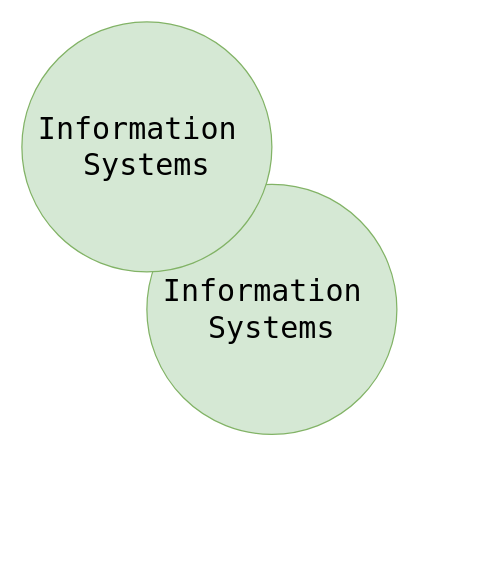
Simasco/diagram keeps this draw.io diagram as information System Diagram.drawio. Above is the earlier version. Source tidied: cells renumbered, new cells numbered last; positions are measured from the earlier drawing's top-left corner, leaving out a move shared by most shapes. Both pictures are drawn from the tidied source at 125%, with x=0, y=0 at pixel (21, 21).
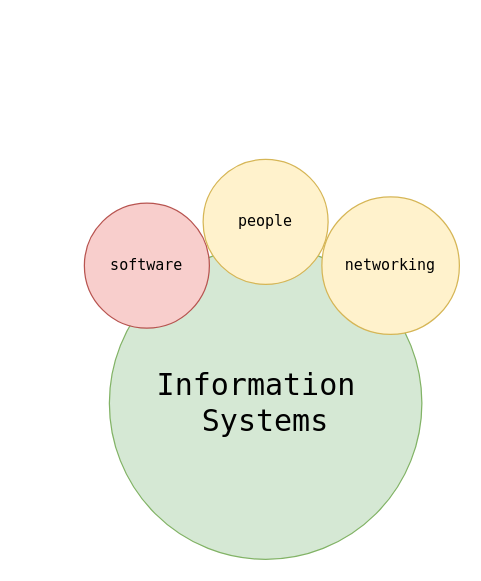
After the change.

Diff of the diagram source:
```diff
@@
 <mxGraphModel>
   <root>
     <mxCell id="0" />
     <mxCell id="1" parent="0" />
     <mxCell id="2" value="&lt;font style=&quot;font-size: 24px;&quot; face=&quot;Lucida Console&quot;&gt;Information&amp;nbsp;&lt;/font&gt;&lt;div style=&quot;font-size: 24px;&quot;&gt;&lt;font style=&quot;font-size: 24px;&quot; face=&quot;Lucida Console&quot;&gt;Systems&lt;/font&gt;&lt;/div&gt;" style="ellipse;whiteSpace=wrap;html=1;fillColor=#d5e8d4;strokeColor=#82b366;" parent="1" vertex="1">
-      <mxGeometry x="100" y="130" width="200" height="200" as="geometry" />
+      <mxGeometry x="70" y="180" width="250" height="250" as="geometry" />
     </mxCell>
-    <mxCell id="3" value="&lt;font style=&quot;font-size: 24px;&quot; face=&quot;Lucida Console&quot;&gt;Information&amp;nbsp;&lt;/font&gt;&lt;div style=&quot;font-size: 24px;&quot;&gt;&lt;font style=&quot;font-size: 24px;&quot; face=&quot;Lucida Console&quot;&gt;Systems&lt;/font&gt;&lt;/div&gt;" style="ellipse;whiteSpace=wrap;html=1;fillColor=#d5e8d4;strokeColor=#82b366;" parent="1" vertex="1">
-      <mxGeometry width="200" height="200" as="geometry" />
+    <mxCell id="3" value="&lt;font style=&quot;font-size: 12px;&quot; face=&quot;Lucida Console&quot;&gt;software&lt;/font&gt;" style="ellipse;whiteSpace=wrap;html=1;fillColor=#f8cecc;strokeColor=#b85450;" parent="1" vertex="1">
+      <mxGeometry x="50" y="145" width="100" height="100" as="geometry" />
     </mxCell>
+    <mxCell id="4" value="&lt;font style=&quot;font-size: 12px;&quot; face=&quot;Lucida Console&quot;&gt;people&lt;/font&gt;" style="ellipse;whiteSpace=wrap;html=1;fillColor=#fff2cc;strokeColor=#d6b656;" parent="1" vertex="1">
+      <mxGeometry x="145" y="110" width="100" height="100" as="geometry" />
+    </mxCell>
+    <mxCell id="5" value="&lt;font style=&quot;font-size: 12px;&quot; face=&quot;Lucida Console&quot;&gt;networking&lt;/font&gt;" style="ellipse;whiteSpace=wrap;html=1;fillColor=#fff2cc;strokeColor=#d6b656;" parent="1" vertex="1">
+      <mxGeometry x="240" y="140" width="110" height="110" as="geometry" />
+    </mxCell>
   </root>
 </mxGraphModel>
```
